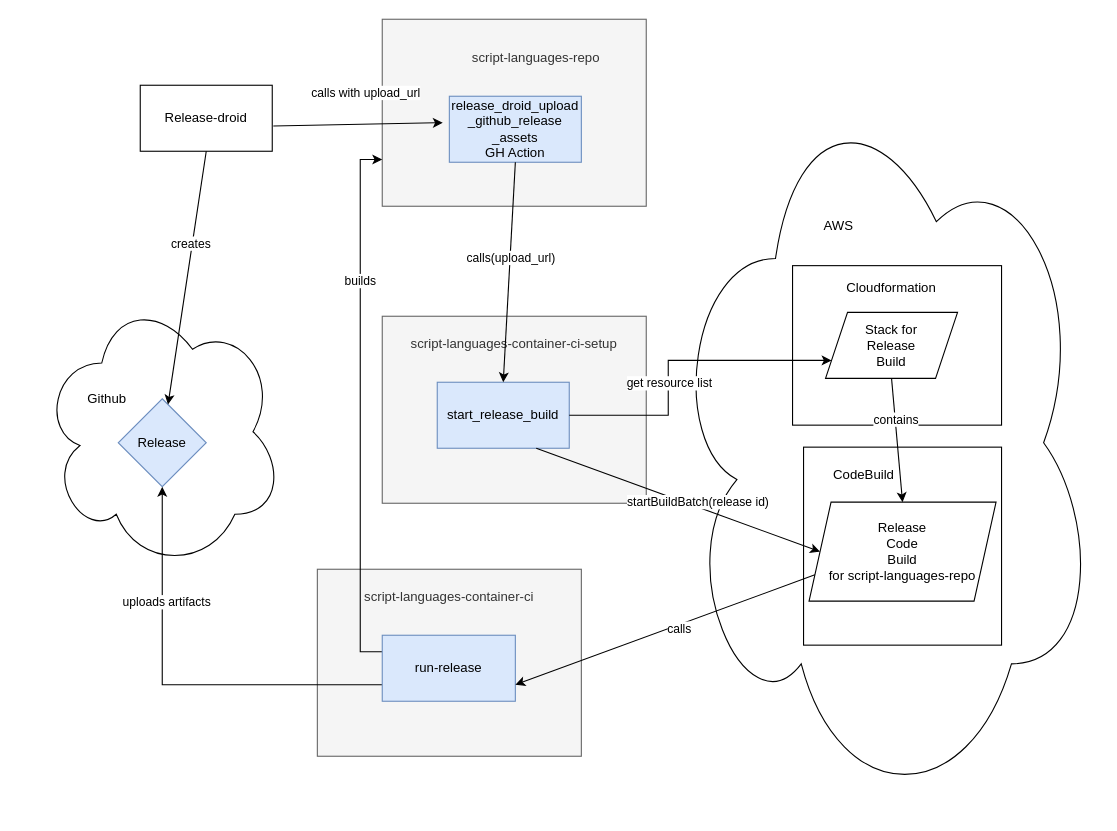
The draw.io diagram user_guide/release-flow.drawio in exasol/script-languages-container-ci-setup, before the edit. Source tidied: cells renumbered, new cells numbered last; positions are measured from the earlier drawing's top-left corner, leaving out a move shared by most shapes. Both pictures are drawn from the tidied source at 110%, with x=0, y=0 at pixel (41, 19).
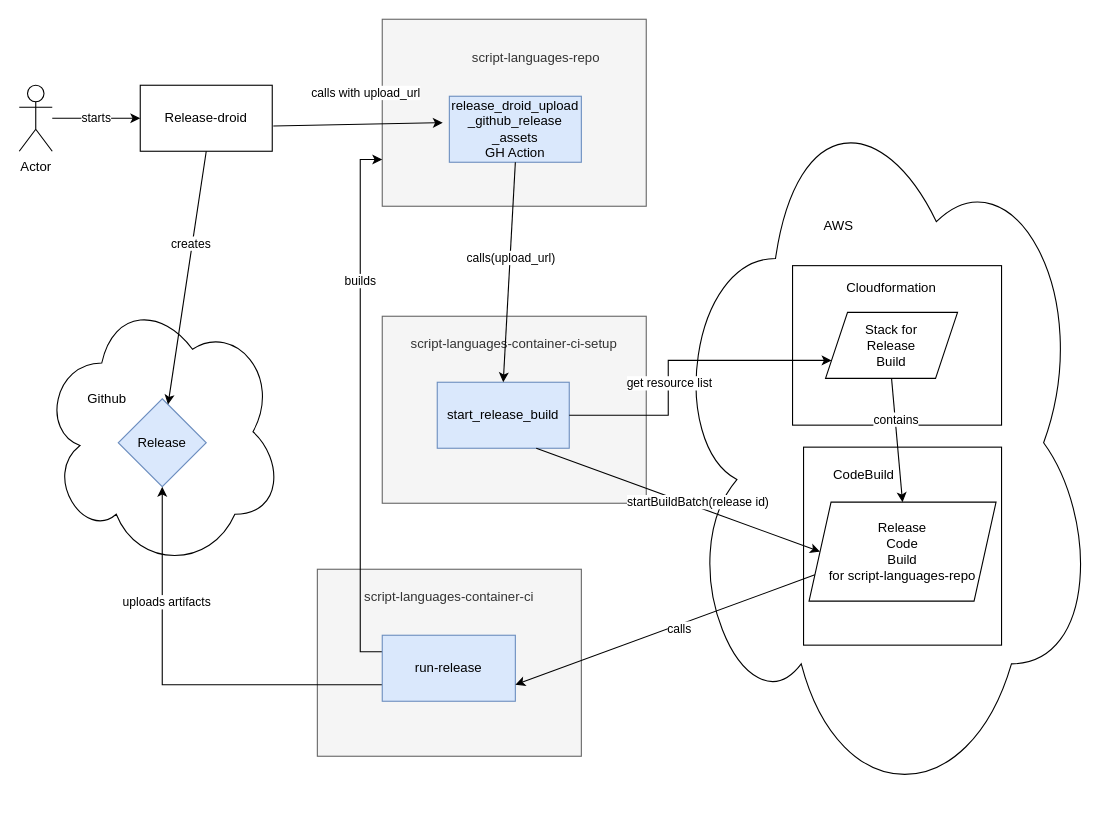
Above is the later version.

Commit message (it also covers changes not shown here):
1. tiny changes in flow diagrams 2. Renamed GithubReleaseCreator => GithubDraftReleaseCreator 3. Add missing link to test-release-flow.png in user_guide.md

Unchanged cells that the change refers to:
```xml
<mxCell id="4" value="Release-droid" style="rounded=0;whiteSpace=wrap;html=1;" parent="1" vertex="1">
  <mxGeometry x="90" y="60" width="120" height="60" as="geometry" />
</mxCell>
```

Diff of the diagram source:
```diff
@@
+    <mxCell id="41" value="Actor" style="shape=umlActor;verticalLabelPosition=bottom;verticalAlign=top;html=1;outlineConnect=0;" parent="1" vertex="1">
+      <mxGeometry x="-20" y="60" width="30" height="60" as="geometry" />
+    </mxCell>
+    <mxCell id="42" value="starts" style="endArrow=classic;html=1;rounded=0;" parent="1" edge="1" source="41" target="4">
+      <mxGeometry relative="1" as="geometry" />
+    </mxCell>
```
